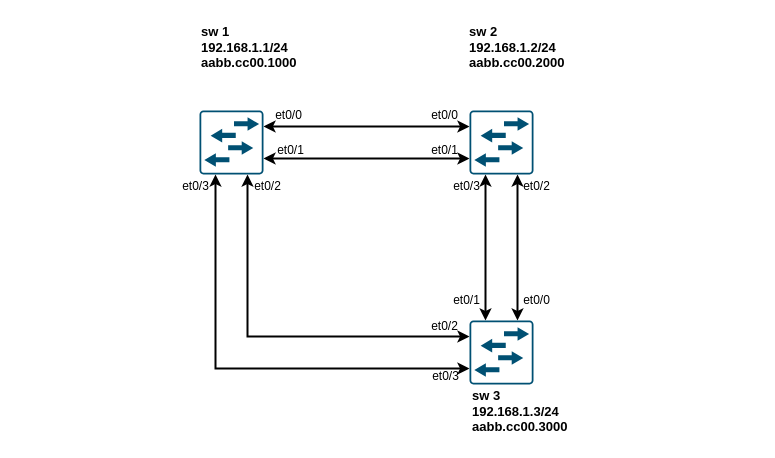
The draw.io diagram lab001_stp/schemes/lab001-stp.drawio in bashkirov83/otus-gitnetwork, before the edit. Source tidied: cells renumbered, new cells numbered last; positions are measured from the earlier drawing's top-left corner, leaving out a move shared by most shapes. Both pictures are drawn from the tidied source at 100%, with x=0, y=0 at pixel (172, 17).
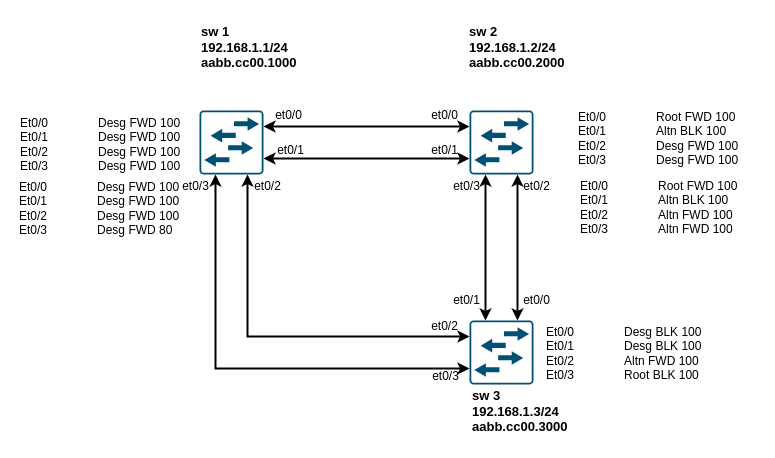
Above is the later version.

The edit, as a diff of the source:
```diff
@@
+    <mxCell id="26" value="&lt;div&gt;Et0/0&amp;nbsp; &amp;nbsp; &amp;nbsp; &amp;nbsp; &amp;nbsp; &amp;nbsp; &amp;nbsp; &amp;nbsp;Desg FWD 100&lt;/div&gt;&lt;div&gt;Et0/1&amp;nbsp; &amp;nbsp; &amp;nbsp; &amp;nbsp; &amp;nbsp; &amp;nbsp; &amp;nbsp; &amp;nbsp;Desg FWD 100&amp;nbsp;&lt;/div&gt;&lt;div&gt;Et0/2&amp;nbsp; &amp;nbsp; &amp;nbsp; &amp;nbsp; &amp;nbsp; &amp;nbsp; &amp;nbsp; &amp;nbsp;Desg FWD 100&amp;nbsp;&lt;/div&gt;&lt;div&gt;Et0/3&amp;nbsp; &amp;nbsp; &amp;nbsp; &amp;nbsp; &amp;nbsp; &amp;nbsp; &amp;nbsp; &amp;nbsp;Desg FWD 100&amp;nbsp;&lt;/div&gt;" style="text;html=1;align=left;verticalAlign=middle;strokeColor=none;fillColor=none;" parent="1" vertex="1">
+      <mxGeometry x="-154" y="91" width="182" height="71" as="geometry" />
+    </mxCell>
+    <mxCell id="27" value="&lt;div&gt;Et0/0&amp;nbsp; &amp;nbsp; &amp;nbsp; &amp;nbsp; &amp;nbsp; &amp;nbsp; &amp;nbsp; &amp;nbsp;Root FWD 100&lt;/div&gt;&lt;div&gt;Et0/1&amp;nbsp; &amp;nbsp; &amp;nbsp; &amp;nbsp; &amp;nbsp; &amp;nbsp; &amp;nbsp; &amp;nbsp;Altn BLK 100&amp;nbsp;&lt;/div&gt;&lt;div&gt;Et0/2&amp;nbsp; &amp;nbsp; &amp;nbsp; &amp;nbsp; &amp;nbsp; &amp;nbsp; &amp;nbsp; &amp;nbsp;Desg FWD 100&amp;nbsp;&lt;/div&gt;&lt;div&gt;Et0/3&amp;nbsp; &amp;nbsp; &amp;nbsp; &amp;nbsp; &amp;nbsp; &amp;nbsp; &amp;nbsp; &amp;nbsp;Desg FWD 100&amp;nbsp;&lt;/div&gt;" style="text;html=1;align=left;verticalAlign=middle;strokeColor=none;fillColor=none;" parent="1" vertex="1">
+      <mxGeometry x="404" y="85" width="182" height="71" as="geometry" />
+    </mxCell>
+    <mxCell id="28" value="&lt;div&gt;Et0/0&amp;nbsp; &amp;nbsp; &amp;nbsp; &amp;nbsp; &amp;nbsp; &amp;nbsp; &amp;nbsp; &amp;nbsp;Desg&amp;nbsp;&lt;span style=&quot;background-color: initial;&quot;&gt;BLK&lt;/span&gt;&lt;span style=&quot;background-color: initial;&quot;&gt;&amp;nbsp;100&lt;/span&gt;&lt;/div&gt;&lt;div&gt;Et0/1&amp;nbsp; &amp;nbsp; &amp;nbsp; &amp;nbsp; &amp;nbsp; &amp;nbsp; &amp;nbsp; &amp;nbsp;Desg&amp;nbsp;&lt;span style=&quot;background-color: initial;&quot;&gt;BLK&lt;/span&gt;&lt;span style=&quot;background-color: initial;&quot;&gt;&amp;nbsp;100&amp;nbsp;&lt;/span&gt;&lt;/div&gt;&lt;div&gt;Et0/2&amp;nbsp; &amp;nbsp; &amp;nbsp; &amp;nbsp; &amp;nbsp; &amp;nbsp; &amp;nbsp; &amp;nbsp;Altn FWD 100&amp;nbsp;&lt;/div&gt;&lt;div&gt;Et0/3&amp;nbsp; &amp;nbsp; &amp;nbsp; &amp;nbsp; &amp;nbsp; &amp;nbsp; &amp;nbsp; &amp;nbsp;Root&amp;nbsp;&lt;span style=&quot;background-color: initial;&quot;&gt;BLK&lt;/span&gt;&lt;span style=&quot;background-color: initial;&quot;&gt;&amp;nbsp;100&amp;nbsp;&lt;/span&gt;&lt;/div&gt;" style="text;html=1;align=left;verticalAlign=middle;strokeColor=none;fillColor=none;" parent="1" vertex="1">
+      <mxGeometry x="372" y="300" width="178" height="71" as="geometry" />
+    </mxCell>
+    <mxCell id="29" value="&lt;div&gt;Et0/0&amp;nbsp; &amp;nbsp; &amp;nbsp; &amp;nbsp; &amp;nbsp; &amp;nbsp; &amp;nbsp; &amp;nbsp;Desg FWD 100&lt;/div&gt;&lt;div&gt;Et0/1&amp;nbsp; &amp;nbsp; &amp;nbsp; &amp;nbsp; &amp;nbsp; &amp;nbsp; &amp;nbsp; &amp;nbsp;Desg FWD 100&amp;nbsp;&lt;/div&gt;&lt;div&gt;Et0/2&amp;nbsp; &amp;nbsp; &amp;nbsp; &amp;nbsp; &amp;nbsp; &amp;nbsp; &amp;nbsp; &amp;nbsp;Desg FWD 100&amp;nbsp;&lt;/div&gt;&lt;div&gt;Et0/3&amp;nbsp; &amp;nbsp; &amp;nbsp; &amp;nbsp; &amp;nbsp; &amp;nbsp; &amp;nbsp; &amp;nbsp;Desg FWD 80&lt;/div&gt;" style="text;html=1;align=left;verticalAlign=middle;strokeColor=none;fillColor=none;" parent="1" vertex="1">
+      <mxGeometry x="-155" y="155" width="182" height="71" as="geometry" />
+    </mxCell>
+    <mxCell id="30" value="&lt;div&gt;Et0/0&amp;nbsp; &amp;nbsp; &amp;nbsp; &amp;nbsp; &amp;nbsp; &amp;nbsp; &amp;nbsp; &amp;nbsp;Root FWD 100&lt;/div&gt;&lt;div&gt;Et0/1&amp;nbsp; &amp;nbsp; &amp;nbsp; &amp;nbsp; &amp;nbsp; &amp;nbsp; &amp;nbsp; &amp;nbsp;Altn BLK 100&amp;nbsp;&lt;/div&gt;&lt;div&gt;Et0/2&amp;nbsp; &amp;nbsp; &amp;nbsp; &amp;nbsp; &amp;nbsp; &amp;nbsp; &amp;nbsp; &amp;nbsp;Altn&amp;nbsp;FWD 100&amp;nbsp;&lt;/div&gt;&lt;div&gt;Et0/3&amp;nbsp; &amp;nbsp; &amp;nbsp; &amp;nbsp; &amp;nbsp; &amp;nbsp; &amp;nbsp; &amp;nbsp;Altn&amp;nbsp;FWD 100&amp;nbsp;&lt;/div&gt;" style="text;html=1;align=left;verticalAlign=middle;strokeColor=none;fillColor=none;" parent="1" vertex="1">
+      <mxGeometry x="406" y="154" width="176" height="71" as="geometry" />
+    </mxCell>
```
